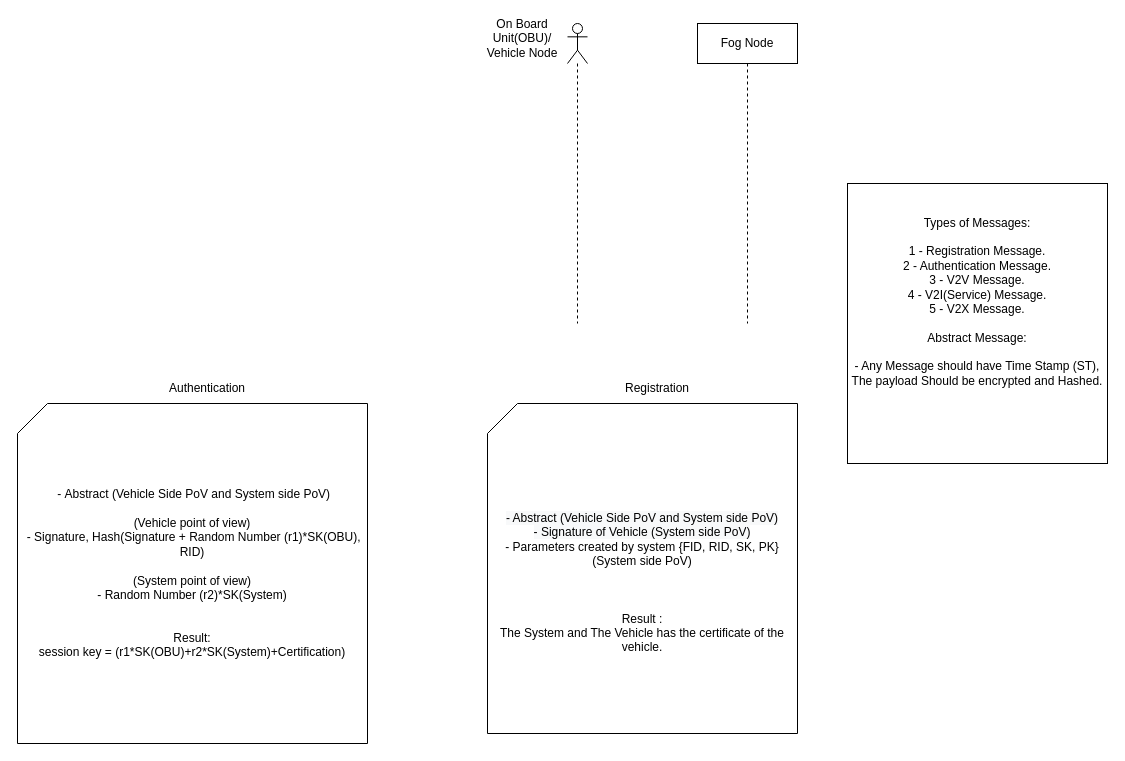
The draw.io diagram System Use Case Diagram.drawio in Mostafa1Mahmoud/Graduation-projects-diagrams, before the edit. Source tidied: cells renumbered, new cells numbered last; positions are measured from the earlier drawing's top-left corner, leaving out a move shared by most shapes. Both pictures are drawn from the tidied source at 100%, with x=0, y=0 at pixel (17, 23).
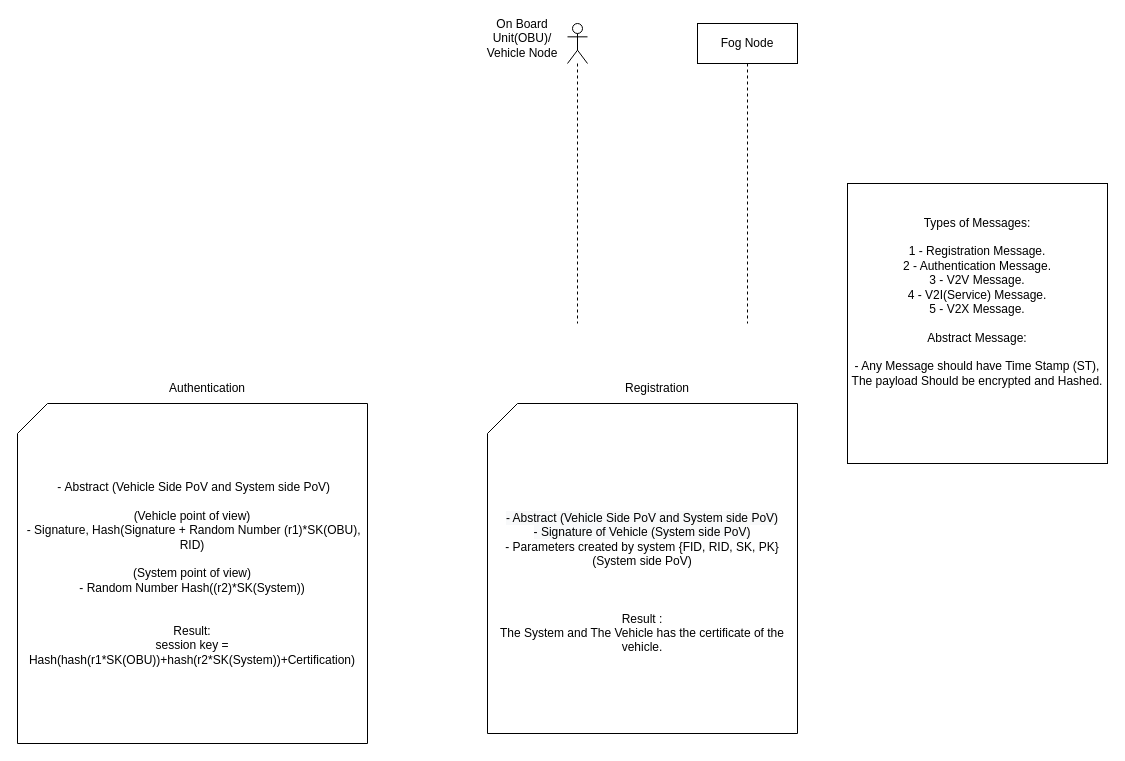
After the change.

Change to the diagram source:
```diff
@@
 <mxGraphModel>
   <root>
     <mxCell id="0" />
     <mxCell id="1" parent="0" />
     <mxCell id="2" style="shape=umlLifeline;participant=umlActor;perimeter=lifelinePerimeter;whiteSpace=wrap;html=1;verticalAlign=top;spacingTop=36;" parent="1" vertex="1">
       <mxGeometry x="550" width="20" height="300" as="geometry" />
     </mxCell>
     <mxCell id="3" value="On Board Unit(OBU)/ Vehicle Node" style="text;html=1;strokeColor=none;fillColor=none;align=center;verticalAlign=middle;whiteSpace=wrap;rounded=0;" parent="1" vertex="1">
       <mxGeometry x="460" width="90" height="30" as="geometry" />
     </mxCell>
     <mxCell id="4" value="Fog Node&lt;br&gt;" style="shape=umlLifeline;perimeter=lifelinePerimeter;whiteSpace=wrap;html=1;" parent="1" vertex="1">
       <mxGeometry x="680" width="100" height="300" as="geometry" />
     </mxCell>
     <mxCell id="5" value="&lt;span&gt;Types of Messages:&lt;/span&gt;&lt;br&gt;&lt;br&gt;&lt;span&gt;1 - Registration Message.&lt;/span&gt;&lt;br&gt;&lt;span&gt;2 - Authentication Message.&lt;/span&gt;&lt;br&gt;&lt;span&gt;3 - V2V Message.&lt;/span&gt;&lt;br&gt;&lt;span&gt;4 - V2I(Service) Message.&lt;/span&gt;&lt;br&gt;&lt;span&gt;5 - V2X Message.&lt;br&gt;&lt;br&gt;&lt;/span&gt;Abstract Message:&lt;br&gt;&lt;br&gt;- Any Message should have Time Stamp (ST), The payload Should be encrypted and Hashed.&lt;br&gt;&lt;span&gt;&lt;br&gt;&lt;br&gt;&lt;br&gt;&lt;/span&gt;" style="rounded=0;whiteSpace=wrap;html=1;" parent="1" vertex="1">
       <mxGeometry x="830" y="160" width="260" height="280" as="geometry" />
     </mxCell>
     <mxCell id="6" value="&lt;br&gt;&lt;br&gt;&lt;span style=&quot;color: rgb(0 , 0 , 0) ; font-family: &amp;#34;helvetica&amp;#34; ; font-size: 12px ; font-style: normal ; font-weight: 400 ; letter-spacing: normal ; text-align: left ; text-indent: 0px ; text-transform: none ; word-spacing: 0px ; background-color: rgb(248 , 249 , 250) ; display: inline ; float: none&quot;&gt;- Abstract (Vehicle Side PoV and System side PoV)&lt;/span&gt;&lt;br style=&quot;padding: 0px ; margin: 0px ; color: rgb(0 , 0 , 0) ; font-family: &amp;#34;helvetica&amp;#34; ; font-size: 12px ; font-style: normal ; font-weight: 400 ; letter-spacing: normal ; text-align: left ; text-indent: 0px ; text-transform: none ; word-spacing: 0px ; background-color: rgb(248 , 249 , 250)&quot;&gt;&lt;span style=&quot;color: rgb(0 , 0 , 0) ; font-family: &amp;#34;helvetica&amp;#34; ; font-size: 12px ; font-style: normal ; font-weight: 400 ; letter-spacing: normal ; text-align: left ; text-indent: 0px ; text-transform: none ; word-spacing: 0px ; background-color: rgb(248 , 249 , 250) ; display: inline ; float: none&quot;&gt;- Signature of Vehicle (System side PoV&lt;/span&gt;&lt;span style=&quot;color: rgb(0 , 0 , 0) ; font-family: &amp;#34;helvetica&amp;#34; ; font-size: 12px ; font-style: normal ; font-weight: 400 ; letter-spacing: normal ; text-align: left ; text-indent: 0px ; text-transform: none ; word-spacing: 0px ; background-color: rgb(248 , 249 , 250) ; display: inline ; float: none&quot;&gt;)&lt;br&gt;&lt;/span&gt;- Parameters created by system {FID, RID, SK, PK}&lt;span style=&quot;font-family: &amp;#34;helvetica&amp;#34; ; text-align: left&quot;&gt;(System side PoV&lt;/span&gt;&lt;span style=&quot;font-family: &amp;#34;helvetica&amp;#34; ; text-align: left&quot;&gt;)&lt;br&gt;&lt;br&gt;&lt;br&gt;&lt;br&gt;Result :&lt;br&gt;The System and The Vehicle has the certificate of the vehicle.&lt;br&gt;&lt;/span&gt;" style="shape=card;whiteSpace=wrap;html=1;" parent="1" vertex="1">
       <mxGeometry x="470" y="380" width="310" height="330" as="geometry" />
     </mxCell>
     <mxCell id="7" value="Registration" style="text;html=1;strokeColor=none;fillColor=none;align=center;verticalAlign=middle;whiteSpace=wrap;rounded=0;" parent="1" vertex="1">
       <mxGeometry x="500" y="350" width="280" height="30" as="geometry" />
     </mxCell>
-    <mxCell id="8" value="&amp;nbsp;-&lt;span style=&quot;font-family: &amp;#34;helvetica&amp;#34; ; text-align: left&quot;&gt;&amp;nbsp;Abstract (Vehicle Side PoV and System side PoV)&lt;br&gt;&lt;br&gt;(Vehicle point of view)&lt;br&gt;&amp;nbsp;- Signature, Hash(Signature + Random Number (r1)*SK(OBU), RID)&lt;br&gt;&lt;br&gt;(System point of view)&lt;br&gt;- Random Number (r2)&lt;/span&gt;&lt;span style=&quot;font-family: &amp;#34;helvetica&amp;#34; ; text-align: left&quot;&gt;*SK(System)&lt;br&gt;&lt;/span&gt;&lt;span style=&quot;font-family: &amp;#34;helvetica&amp;#34; ; text-align: left&quot;&gt;&lt;br&gt;&lt;br&gt;Result:&lt;br&gt;session key = (r1*SK(OBU)+r2*SK(System)+Certification)&lt;br&gt;&lt;/span&gt;" style="shape=card;whiteSpace=wrap;html=1;" parent="1" vertex="1">
+    <mxCell id="8" value="&amp;nbsp;-&lt;span style=&quot;font-family: &amp;#34;helvetica&amp;#34; ; text-align: left&quot;&gt;&amp;nbsp;Abstract (Vehicle Side PoV and System side PoV)&lt;br&gt;&lt;br&gt;(Vehicle point of view)&lt;br&gt;&amp;nbsp;- Signature, Hash(Signature + Random Number (r1)*SK(OBU), RID)&lt;br&gt;&lt;br&gt;(System point of view)&lt;br&gt;- Random Number Hash((r2)&lt;/span&gt;&lt;span style=&quot;font-family: &amp;#34;helvetica&amp;#34; ; text-align: left&quot;&gt;*SK(System))&lt;br&gt;&lt;/span&gt;&lt;span style=&quot;font-family: &amp;#34;helvetica&amp;#34; ; text-align: left&quot;&gt;&lt;br&gt;&lt;br&gt;Result:&lt;br&gt;session key = Hash(hash(r1*SK(OBU))+hash(r2*SK(System))+Certification)&lt;br&gt;&lt;/span&gt;" style="shape=card;whiteSpace=wrap;html=1;" parent="1" vertex="1">
       <mxGeometry y="380" width="350" height="340" as="geometry" />
     </mxCell>
     <mxCell id="9" value="Authentication" style="text;html=1;strokeColor=none;fillColor=none;align=center;verticalAlign=middle;whiteSpace=wrap;rounded=0;" parent="1" vertex="1">
       <mxGeometry x="30" y="350" width="320" height="30" as="geometry" />
     </mxCell>
   </root>
 </mxGraphModel>
```
